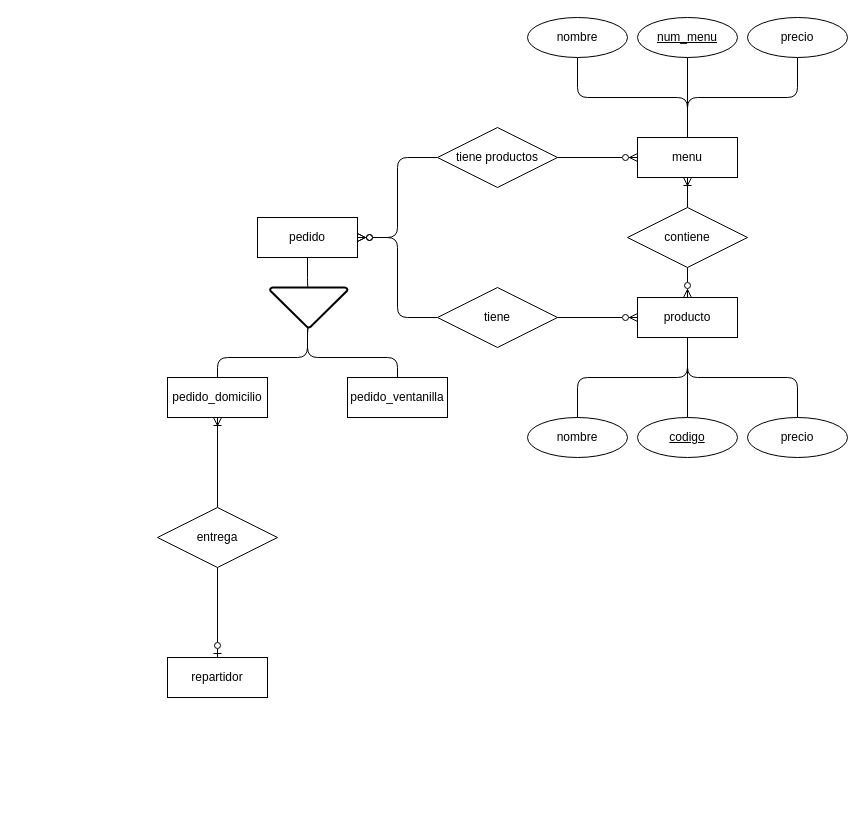
Earlier version of the draw.io diagram 2.7.drawio (xmr-p/DatabaseCharts). Source tidied: cells renumbered, new cells numbered last; positions are measured from the earlier drawing's top-left corner, leaving out a move shared by most shapes. Both pictures are drawn from the tidied source at 100%, with x=0, y=0 at pixel (157, 17).
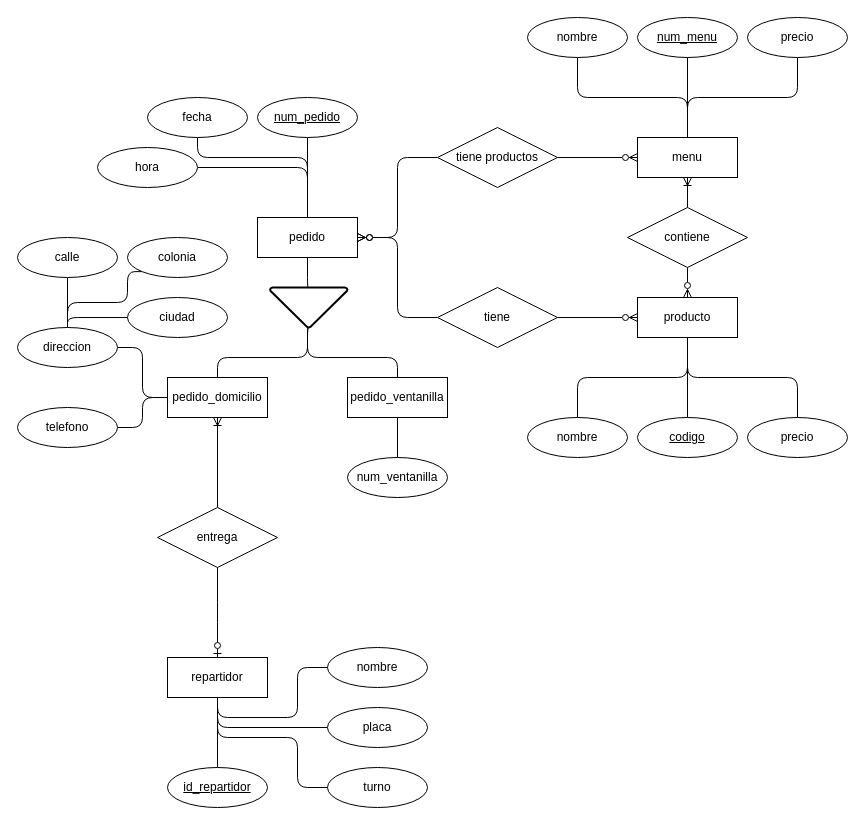
The same diagram, later.

The change refers to these unchanged cells:
```xml
<mxCell id="11" value="repartidor" style="whiteSpace=wrap;html=1;align=center;" parent="1" vertex="1">
  <mxGeometry x="10" y="640" width="100" height="40" as="geometry" />
</mxCell>
<mxCell id="12" value="pedido_ventanilla" style="whiteSpace=wrap;html=1;align=center;" parent="1" vertex="1">
  <mxGeometry x="190" y="360" width="100" height="40" as="geometry" />
</mxCell>
<mxCell id="14" value="pedido_domicilio" style="whiteSpace=wrap;html=1;align=center;" parent="1" vertex="1">
  <mxGeometry x="10" y="360" width="100" height="40" as="geometry" />
</mxCell>
<mxCell id="17" value="pedido" style="whiteSpace=wrap;html=1;align=center;" parent="1" vertex="1">
  <mxGeometry x="100" y="200" width="100" height="40" as="geometry" />
</mxCell>
<mxCell id="19" value="entrega" style="shape=rhombus;perimeter=rhombusPerimeter;whiteSpace=wrap;html=1;align=center;" parent="1" vertex="1">
  <mxGeometry y="490" width="120" height="60" as="geometry" />
</mxCell>
```

Diff of the diagram source:
```diff
@@
+    <mxCell id="36" style="edgeStyle=orthogonalEdgeStyle;rounded=1;jettySize=auto;html=1;exitX=0.5;exitY=1;exitDx=0;exitDy=0;entryX=0;entryY=0.5;entryDx=0;entryDy=0;curved=0;endArrow=none;endFill=0;" parent="1" edge="1" source="11" target="60">
+      <mxGeometry relative="1" as="geometry" />
+    </mxCell>
+    <mxCell id="37" style="edgeStyle=orthogonalEdgeStyle;rounded=1;jettySize=auto;html=1;exitX=0.5;exitY=1;exitDx=0;exitDy=0;entryX=0;entryY=0.5;entryDx=0;entryDy=0;endArrow=none;endFill=0;curved=0;" parent="1" edge="1" source="11" target="59">
+      <mxGeometry relative="1" as="geometry" />
+    </mxCell>
+    <mxCell id="38" style="edgeStyle=orthogonalEdgeStyle;rounded=1;jettySize=auto;html=1;exitX=0.5;exitY=1;exitDx=0;exitDy=0;entryX=0;entryY=0.5;entryDx=0;entryDy=0;curved=0;endArrow=none;endFill=0;" parent="1" edge="1" source="11" target="58">
+      <mxGeometry relative="1" as="geometry">
+        <Array as="points">
+          <mxPoint x="60" y="720" />
+          <mxPoint x="140" y="720" />
+          <mxPoint x="140" y="770" />
+        </Array>
+      </mxGeometry>
+    </mxCell>
+    <mxCell id="39" style="edgeStyle=orthogonalEdgeStyle;rounded=1;jettySize=auto;html=1;exitX=0.5;exitY=1;exitDx=0;exitDy=0;entryX=0.5;entryY=0;entryDx=0;entryDy=0;curved=0;endArrow=none;endFill=0;" parent="1" edge="1" source="11" target="61">
+      <mxGeometry relative="1" as="geometry" />
+    </mxCell>
@@
+    <mxCell id="40" style="edgeStyle=orthogonalEdgeStyle;rounded=1;jettySize=auto;html=1;exitX=0.5;exitY=0;exitDx=0;exitDy=0;entryX=1;entryY=0.5;entryDx=0;entryDy=0;curved=0;endArrow=none;endFill=0;" parent="1" edge="1" source="17" target="44">
+      <mxGeometry relative="1" as="geometry" />
+    </mxCell>
+    <mxCell id="41" style="edgeStyle=orthogonalEdgeStyle;rounded=1;jettySize=auto;html=1;exitX=0.5;exitY=0;exitDx=0;exitDy=0;entryX=0.5;entryY=1;entryDx=0;entryDy=0;curved=0;endArrow=none;endFill=0;" parent="1" edge="1" source="17" target="43">
+      <mxGeometry relative="1" as="geometry" />
+    </mxCell>
+    <mxCell id="42" style="edgeStyle=orthogonalEdgeStyle;rounded=1;jettySize=auto;html=1;exitX=0.5;exitY=0;exitDx=0;exitDy=0;entryX=0.5;entryY=1;entryDx=0;entryDy=0;curved=0;endArrow=none;endFill=0;" parent="1" edge="1" source="17" target="45">
+      <mxGeometry relative="1" as="geometry">
+        <Array as="points">
+          <mxPoint x="150" y="140" />
+          <mxPoint x="40" y="140" />
+        </Array>
+      </mxGeometry>
+    </mxCell>
@@
-    <mxCell id="18" style="edgeStyle=orthogonalEdgeStyle;rounded=1;jettySize=auto;html=1;exitX=0.5;exitY=1;exitDx=0;exitDy=0;entryX=0.5;entryY=0;entryDx=0;entryDy=0;endArrow=ERzeroToOne;endFill=0;curved=0;" parent="1" edge="1" source="19" target="11">
-      <mxGeometry relative="1" as="geometry" />
+    <mxCell id="18" style="edgeStyle=orthogonalEdgeStyle;rounded=1;jettySize=auto;html=1;exitX=0.5;exitY=1;exitDx=0;exitDy=0;entryX=0.5;entryY=0;entryDx=0;entryDy=0;endArrow=ERzeroToOne;endFill=0;curved=0;" parent="1" edge="1" source="19">
+      <mxGeometry relative="1" as="geometry">
+        <mxPoint x="60" y="640" as="targetPoint" />
+      </mxGeometry>
     </mxCell>
@@
+    <mxCell id="43" value="num_pedido" style="ellipse;whiteSpace=wrap;html=1;align=center;fontStyle=4;" parent="1" vertex="1">
+      <mxGeometry x="100" y="80" width="100" height="40" as="geometry" />
+    </mxCell>
+    <mxCell id="44" value="hora" style="ellipse;whiteSpace=wrap;html=1;align=center;" parent="1" vertex="1">
+      <mxGeometry x="-60" y="130" width="100" height="40" as="geometry" />
+    </mxCell>
+    <mxCell id="45" value="fecha" style="ellipse;whiteSpace=wrap;html=1;align=center;" parent="1" vertex="1">
+      <mxGeometry x="-10" y="80" width="100" height="40" as="geometry" />
+    </mxCell>
+    <mxCell id="46" style="edgeStyle=orthogonalEdgeStyle;rounded=1;jettySize=auto;html=1;exitX=0.5;exitY=0;exitDx=0;exitDy=0;entryX=0.5;entryY=1;entryDx=0;entryDy=0;curved=0;endArrow=none;endFill=0;" parent="1" edge="1" source="47" target="12">
+      <mxGeometry relative="1" as="geometry" />
+    </mxCell>
+    <mxCell id="47" value="num_ventanilla" style="ellipse;whiteSpace=wrap;html=1;align=center;" parent="1" vertex="1">
+      <mxGeometry x="190" y="440" width="100" height="40" as="geometry" />
+    </mxCell>
+    <mxCell id="48" style="edgeStyle=orthogonalEdgeStyle;rounded=1;jettySize=auto;html=1;exitX=1;exitY=0.5;exitDx=0;exitDy=0;entryX=0;entryY=0.5;entryDx=0;entryDy=0;endArrow=none;endFill=0;curved=0;" parent="1" edge="1" source="49" target="14">
+      <mxGeometry relative="1" as="geometry" />
+    </mxCell>
+    <mxCell id="49" value="telefono" style="ellipse;whiteSpace=wrap;html=1;align=center;" parent="1" vertex="1">
+      <mxGeometry x="-140" y="390" width="100" height="40" as="geometry" />
+    </mxCell>
+    <mxCell id="50" style="edgeStyle=orthogonalEdgeStyle;rounded=1;jettySize=auto;html=1;exitX=1;exitY=0.5;exitDx=0;exitDy=0;entryX=0;entryY=0.5;entryDx=0;entryDy=0;curved=0;endArrow=none;endFill=0;" parent="1" edge="1" source="54" target="14">
+      <mxGeometry relative="1" as="geometry" />
+    </mxCell>
+    <mxCell id="51" style="edgeStyle=orthogonalEdgeStyle;rounded=1;jettySize=auto;html=1;exitX=0.5;exitY=0;exitDx=0;exitDy=0;entryX=0.5;entryY=1;entryDx=0;entryDy=0;curved=0;endArrow=none;endFill=0;" parent="1" edge="1" source="54" target="56">
+      <mxGeometry relative="1" as="geometry" />
+    </mxCell>
+    <mxCell id="52" style="edgeStyle=orthogonalEdgeStyle;rounded=1;jettySize=auto;html=1;exitX=0.5;exitY=0;exitDx=0;exitDy=0;entryX=0;entryY=0.5;entryDx=0;entryDy=0;curved=0;endArrow=none;endFill=0;" parent="1" edge="1" source="54" target="57">
+      <mxGeometry relative="1" as="geometry">
+        <Array as="points">
+          <mxPoint x="-90" y="300" />
+        </Array>
+      </mxGeometry>
+    </mxCell>
+    <mxCell id="53" style="edgeStyle=orthogonalEdgeStyle;rounded=1;jettySize=auto;html=1;exitX=0.5;exitY=0;exitDx=0;exitDy=0;entryX=0;entryY=1;entryDx=0;entryDy=0;strokeColor=default;curved=0;endArrow=none;endFill=0;" parent="1" edge="1" source="54" target="55">
+      <mxGeometry relative="1" as="geometry">
+        <Array as="points">
+          <mxPoint x="-90" y="285" />
+          <mxPoint x="-30" y="285" />
+          <mxPoint x="-30" y="254" />
+        </Array>
+      </mxGeometry>
+    </mxCell>
+    <mxCell id="54" value="direccion" style="ellipse;whiteSpace=wrap;html=1;align=center;" parent="1" vertex="1">
+      <mxGeometry x="-140" y="310" width="100" height="40" as="geometry" />
+    </mxCell>
+    <mxCell id="55" value="colonia" style="ellipse;whiteSpace=wrap;html=1;align=center;" parent="1" vertex="1">
+      <mxGeometry x="-30" y="220" width="100" height="40" as="geometry" />
+    </mxCell>
+    <mxCell id="56" value="calle" style="ellipse;whiteSpace=wrap;html=1;align=center;" parent="1" vertex="1">
+      <mxGeometry x="-140" y="220" width="100" height="40" as="geometry" />
+    </mxCell>
+    <mxCell id="57" value="ciudad" style="ellipse;whiteSpace=wrap;html=1;align=center;" parent="1" vertex="1">
+      <mxGeometry x="-30" y="280" width="100" height="40" as="geometry" />
+    </mxCell>
+    <mxCell id="58" value="turno" style="ellipse;whiteSpace=wrap;html=1;align=center;" parent="1" vertex="1">
+      <mxGeometry x="170" y="750" width="100" height="40" as="geometry" />
+    </mxCell>
+    <mxCell id="59" value="placa" style="ellipse;whiteSpace=wrap;html=1;align=center;" parent="1" vertex="1">
+      <mxGeometry x="170" y="690" width="100" height="40" as="geometry" />
+    </mxCell>
+    <mxCell id="60" value="nombre" style="ellipse;whiteSpace=wrap;html=1;align=center;" parent="1" vertex="1">
+      <mxGeometry x="170" y="630" width="100" height="40" as="geometry" />
+    </mxCell>
+    <mxCell id="61" value="id_repartidor" style="ellipse;whiteSpace=wrap;html=1;align=center;fontStyle=4;" parent="1" vertex="1">
+      <mxGeometry x="10" y="750" width="100" height="40" as="geometry" />
+    </mxCell>
```
